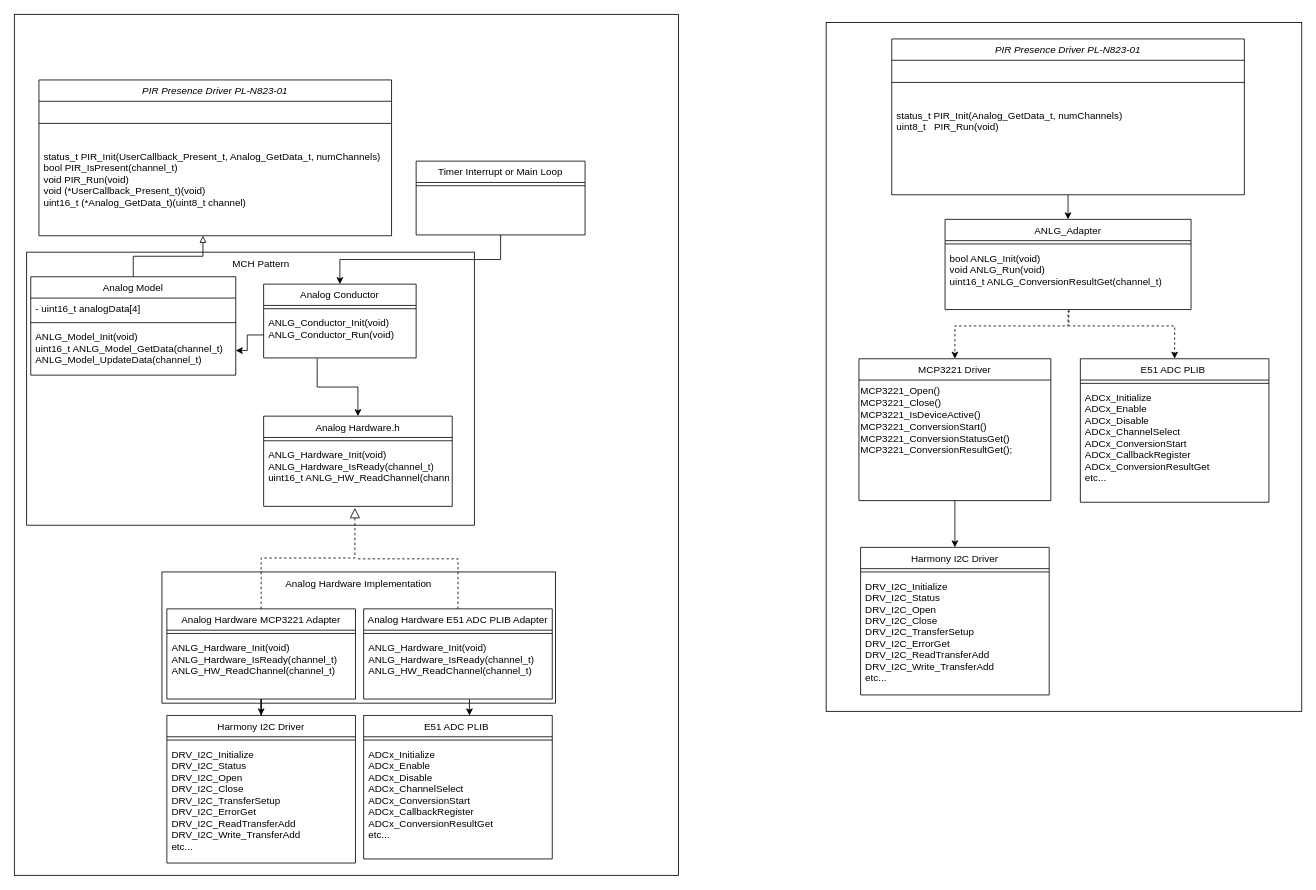
This is media/PirDriverUml.drawio from briantate/pir_presence, a draw.io file, before an edit. Source tidied: cells renumbered, new cells numbered last; positions are measured from the earlier drawing's top-left corner, leaving out a move shared by most shapes. Both pictures are drawn from the tidied source at 82%, with x=0, y=0 at pixel (14, 14).
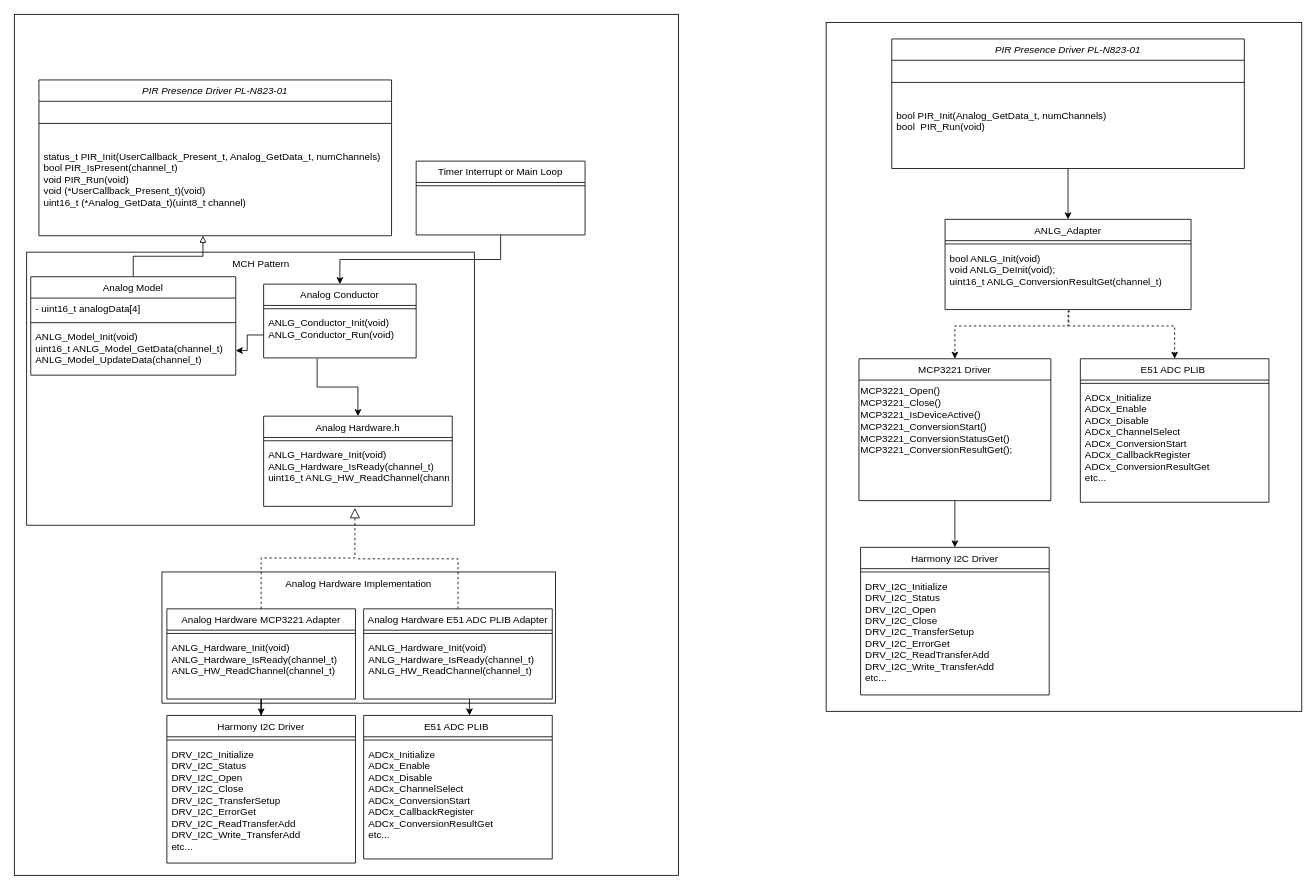
After the change.

Unchanged cells that the change refers to:
```xml
<mxCell id="57" value="ANLG_Adapter" style="swimlane;fontStyle=0;align=center;verticalAlign=top;horizontal=1;startSize=26;rounded=0;shadow=0;strokeWidth=1;" parent="1" vertex="1">
  <mxGeometry x="1135" y="250" width="300" height="110" as="geometry" />
</mxCell>
```

What changed in the source:
```diff
@@
     <mxCell id="45" value="PIR Presence Driver PL-N823-01" style="swimlane;fontStyle=2;align=center;verticalAlign=top;horizontal=1;startSize=26;rounded=0;shadow=0;strokeWidth=1;" parent="1" vertex="1">
-      <mxGeometry x="1070" y="30" width="430" height="190" as="geometry" />
+      <mxGeometry x="1070" y="30" width="430" height="158" as="geometry" />
     </mxCell>
@@
-    <mxCell id="47" value="status_t PIR_Init(Analog_GetData_t, numChannels)&#10;uint8_t   PIR_Run(void)" style="text;align=left;verticalAlign=top;spacingLeft=4;spacingRight=4;overflow=hidden;" parent="45" vertex="1">
+    <mxCell id="47" value="bool PIR_Init(Analog_GetData_t, numChannels)&#10;bool  PIR_Run(void)" style="text;align=left;verticalAlign=top;spacingLeft=4;spacingRight=4;overflow=hidden;" parent="45" vertex="1">
       <mxGeometry y="80" width="430" height="78" as="geometry" />
     </mxCell>
@@
-    <mxCell id="59" value="bool ANLG_Init(void)&#10;void ANLG_Run(void)&#10;uint16_t ANLG_ConversionResultGet(channel_t)" style="text;align=left;verticalAlign=top;spacingLeft=4;spacingRight=4;overflow=hidden;points=[[0,0.5],[1,0.5]];portConstraint=eastwest;" parent="57" vertex="1">
+    <mxCell id="59" value="bool ANLG_Init(void)&#10;void ANLG_DeInit(void);&#10;uint16_t ANLG_ConversionResultGet(channel_t)" style="text;align=left;verticalAlign=top;spacingLeft=4;spacingRight=4;overflow=hidden;points=[[0,0.5],[1,0.5]];portConstraint=eastwest;" parent="57" vertex="1">
       <mxGeometry y="34" width="300" height="76" as="geometry" />
     </mxCell>
```
